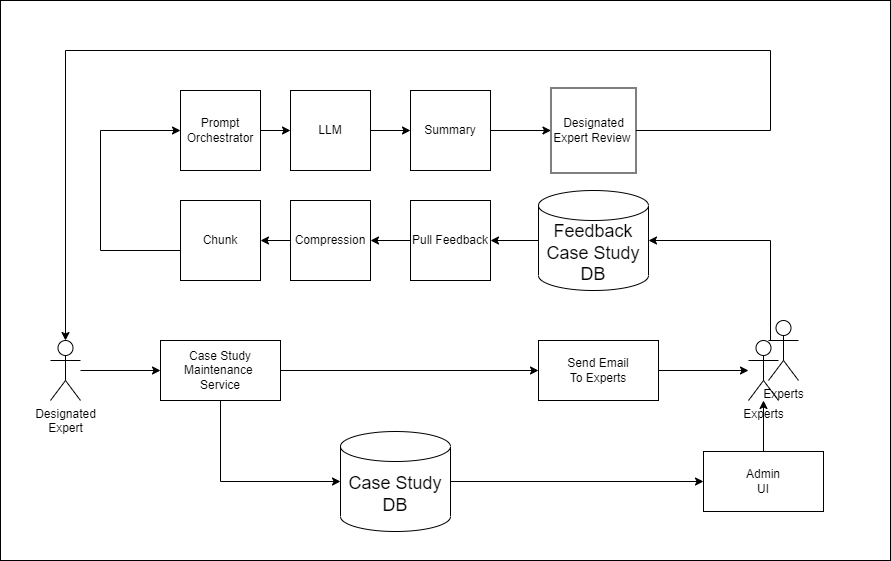
This is diagrams/admin-case-study-feedback-ai.drawio.png from mmat1/skynet-ai-2025, a draw.io export, as it was before one commit. Source tidied: cells renumbered, new cells last; positions are measured from the earlier drawing's top-left corner, leaving out a move shared by most shapes.
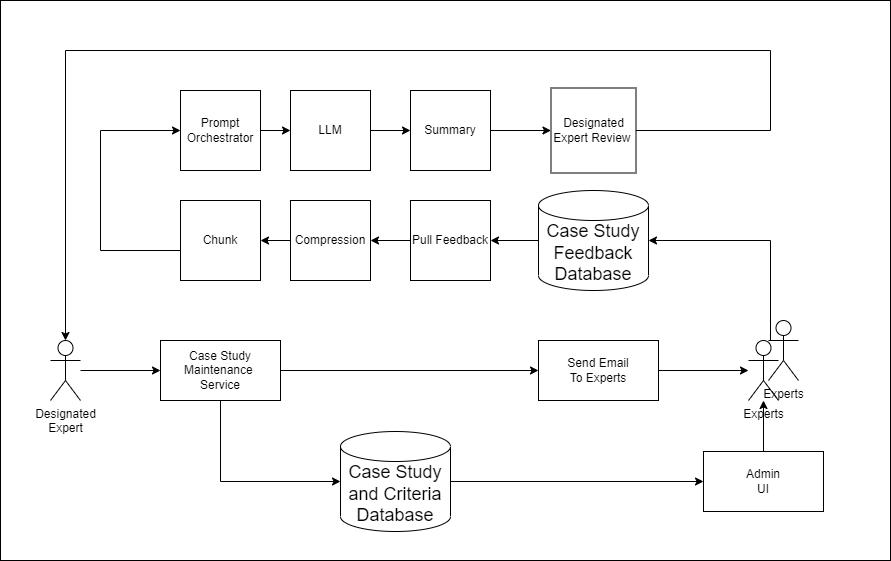
Later version of the same file.

What changed in the source:
```diff
@@ -8,7 +8,7 @@
     <mxCell id="3" style="edgeStyle=orthogonalEdgeStyle;rounded=0;jettySize=auto;html=1;" parent="1" edge="1" source="4" target="15">
       <mxGeometry relative="1" as="geometry" />
     </mxCell>
-    <mxCell id="4" value="&lt;div style=&quot;font-size: 18px;&quot;&gt;Case Study&lt;/div&gt;&lt;div style=&quot;font-size: 18px;&quot;&gt;DB&lt;/div&gt;" style="shape=cylinder3;whiteSpace=wrap;html=1;boundedLbl=1;backgroundOutline=1;size=15;" parent="1" vertex="1">
+    <mxCell id="4" value="&lt;div style=&quot;font-size: 18px;&quot;&gt;Case Study and Criteria&lt;/div&gt;&lt;div style=&quot;font-size: 18px;&quot;&gt;Database&lt;/div&gt;" style="shape=cylinder3;whiteSpace=wrap;html=1;boundedLbl=1;backgroundOutline=1;size=15;" parent="1" vertex="1">
       <mxGeometry x="340" y="431" width="110" height="100" as="geometry" />
     </mxCell>
     <mxCell id="5" value="Designated&lt;br&gt;Expert" style="shape=umlActor;verticalLabelPosition=bottom;verticalAlign=top;html=1;outlineConnect=0;" parent="1" vertex="1">
@@ -54,7 +54,7 @@
     <mxCell id="17" style="edgeStyle=orthogonalEdgeStyle;rounded=0;jettySize=auto;html=1;" parent="1" edge="1" source="18" target="20">
       <mxGeometry relative="1" as="geometry" />
     </mxCell>
-    <mxCell id="18" value="&lt;div style=&quot;font-size: 18px;&quot;&gt;Feedback&lt;/div&gt;&lt;div style=&quot;font-size: 18px;&quot;&gt;Case Study&lt;/div&gt;&lt;div style=&quot;font-size: 18px;&quot;&gt;DB&lt;/div&gt;" style="shape=cylinder3;whiteSpace=wrap;html=1;boundedLbl=1;backgroundOutline=1;size=15;" parent="1" vertex="1">
+    <mxCell id="18" value="&lt;div style=&quot;font-size: 18px;&quot;&gt;Case Study Feedback Database&lt;/div&gt;" style="shape=cylinder3;whiteSpace=wrap;html=1;boundedLbl=1;backgroundOutline=1;size=15;" parent="1" vertex="1">
       <mxGeometry x="538" y="190" width="110" height="100" as="geometry" />
     </mxCell>
     <mxCell id="19" style="edgeStyle=orthogonalEdgeStyle;rounded=0;jettySize=auto;html=1;entryX=1;entryY=0.5;entryDx=0;entryDy=0;entryPerimeter=0;" parent="1" edge="1" source="12" target="18">
```
